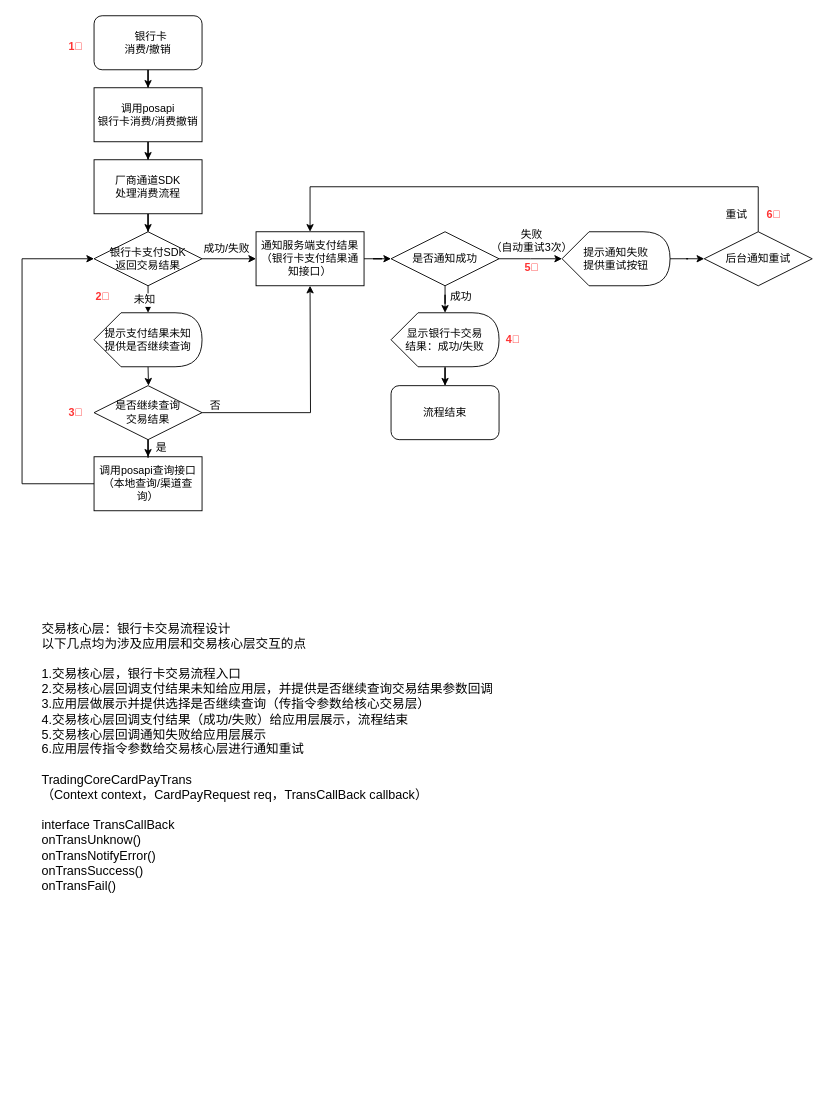
Earlier version of the draw.io diagram 银行卡交易流程.drawio (BigKarel/mind). Source tidied: cells renumbered, new cells numbered last; positions are measured from the earlier drawing's top-left corner, leaving out a move shared by most shapes. Both pictures are drawn from the tidied source at 90%, with x=0, y=0 at pixel (22, 15).
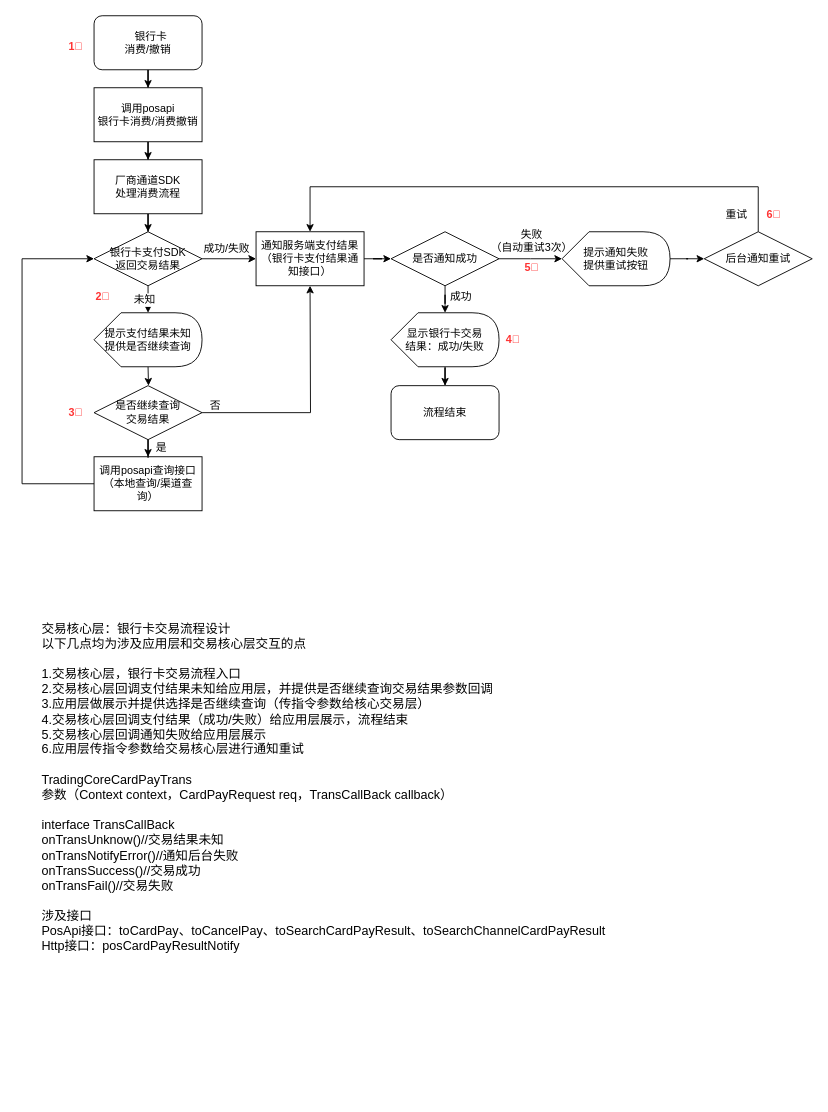
The same diagram, later.

Commit message (it also covers changes not shown here):
Update 银行卡交易流程.drawio

Diff of the diagram source:
```diff
@@
-    <mxCell id="34" value="交易核心层：银行卡交易流程设计&lt;br style=&quot;font-size: 14px&quot;&gt;以下几点均为涉及应用层和交易核心层交互的点&lt;br style=&quot;font-size: 14px&quot;&gt;&lt;br style=&quot;font-size: 14px&quot;&gt;1.交易核心层，银行卡交易流程入口&lt;br style=&quot;font-size: 14px&quot;&gt;2.交易核心层回调支付结果未知给应用层，并提供是否继续查询交易结果参数回调&lt;br style=&quot;font-size: 14px&quot;&gt;3.应用层做展示并提供选择是否继续查询（传指令参数给核心交易层）&lt;br style=&quot;font-size: 14px&quot;&gt;4.交易核心层回调支付结果（成功/失败）给应用层展示，流程结束&lt;br style=&quot;font-size: 14px&quot;&gt;5.交易核心层回调通知失败给应用层展示&lt;br style=&quot;font-size: 14px&quot;&gt;6.应用层传指令参数给交易核心层进行通知重试&lt;br&gt;&lt;br&gt;TradingCoreCardPayTrans&lt;br&gt;（Context context，CardPayRequest req，TransCallBack callback）&lt;br&gt;&lt;br&gt;interface TransCallBack&lt;br&gt;onTransUnknow()&lt;br&gt;onTransNotifyError()&lt;br&gt;onTransSuccess()&lt;br&gt;onTransFail()&lt;br&gt;&lt;br&gt;&lt;br&gt;&lt;br&gt;&lt;br&gt;&lt;br&gt;&lt;br&gt;&lt;br&gt;&lt;br&gt;" style="text;html=1;align=left;verticalAlign=top;spacingTop=-4;fontSize=14;" parent="1" vertex="1">
-      <mxGeometry x="20" y="670" width="520" height="440" as="geometry" />
+    <mxCell id="34" value="交易核心层：银行卡交易流程设计&amp;nbsp; &amp;nbsp; &amp;nbsp; &amp;nbsp; &amp;nbsp; &amp;nbsp; &amp;nbsp; &amp;nbsp; &amp;nbsp; &amp;nbsp; &amp;nbsp; &amp;nbsp; &amp;nbsp; &amp;nbsp; &amp;nbsp; &amp;nbsp; &amp;nbsp; &amp;nbsp; &amp;nbsp; &amp;nbsp; &amp;nbsp; &amp;nbsp; &amp;nbsp; &amp;nbsp; &amp;nbsp; &amp;nbsp; &amp;nbsp; &amp;nbsp; &amp;nbsp; &amp;nbsp; &amp;nbsp; &amp;nbsp; &amp;nbsp; &amp;nbsp; &amp;nbsp; &amp;nbsp; &amp;nbsp; &amp;nbsp; &amp;nbsp; &amp;nbsp; &amp;nbsp; &amp;nbsp; &amp;nbsp; &amp;nbsp; &amp;nbsp; &amp;nbsp;&amp;nbsp;&lt;br style=&quot;font-size: 14px&quot;&gt;以下几点均为涉及应用层和交易核心层交互的点&lt;br style=&quot;font-size: 14px&quot;&gt;&lt;br style=&quot;font-size: 14px&quot;&gt;1.交易核心层，银行卡交易流程入口&lt;br style=&quot;font-size: 14px&quot;&gt;2.交易核心层回调支付结果未知给应用层，并提供是否继续查询交易结果参数回调&lt;br style=&quot;font-size: 14px&quot;&gt;3.应用层做展示并提供选择是否继续查询（传指令参数给核心交易层）&lt;br style=&quot;font-size: 14px&quot;&gt;4.交易核心层回调支付结果（成功/失败）给应用层展示，流程结束&lt;br style=&quot;font-size: 14px&quot;&gt;5.交易核心层回调通知失败给应用层展示&lt;br style=&quot;font-size: 14px&quot;&gt;6.应用层传指令参数给交易核心层进行通知重试&lt;br&gt;&lt;br&gt;TradingCoreCardPayTrans&lt;br&gt;参数（Context context，CardPayRequest req，TransCallBack callback）&lt;br&gt;&lt;br&gt;interface TransCallBack&lt;br&gt;onTransUnknow()//交易结果未知&lt;br&gt;onTransNotifyError()//通知后台失败&lt;br&gt;onTransSuccess()//交易成功&lt;br&gt;onTransFail()//交易失败&lt;br&gt;&lt;br&gt;涉及接口&lt;br&gt;PosApi接口：&lt;span&gt;toCardPay、&lt;/span&gt;&lt;span&gt;toCancelPay、&lt;/span&gt;&lt;span&gt;toSearchCardPayResult、&lt;/span&gt;&lt;span&gt;toSearchChannelCardPayResult&lt;br&gt;&lt;/span&gt;Http接口：&lt;span&gt;posCardPayResultNotify&lt;br&gt;&lt;/span&gt;&lt;br&gt;&lt;br&gt;&lt;br&gt;&lt;br&gt;&lt;br&gt;&lt;br&gt;&lt;br&gt;&lt;br&gt;&lt;br&gt;" style="text;html=1;align=left;verticalAlign=top;spacingTop=-4;fontSize=14;" parent="1" vertex="1">
+      <mxGeometry x="20" y="670" width="640" height="530" as="geometry" />
     </mxCell>
```
